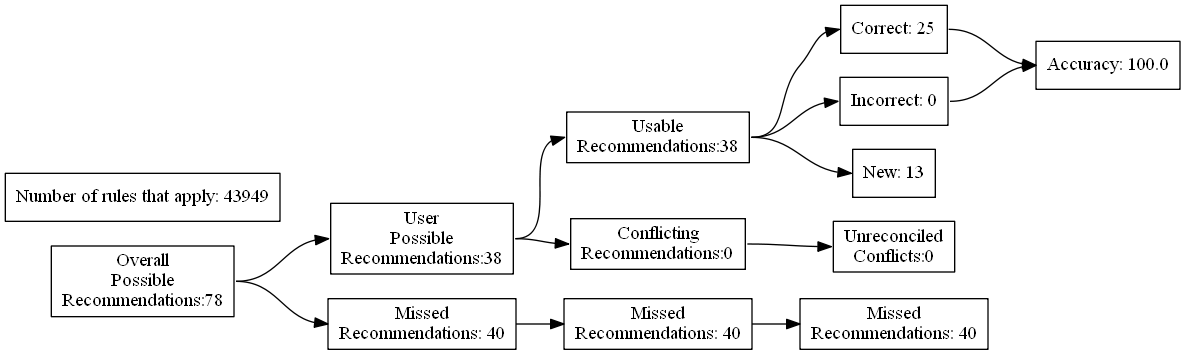
Above: test_renders/86.gv.png in ZaxR/ibd_diet_analysis (Graphviz), before the change. Its source is kept beside it as test_renders/86.gv.
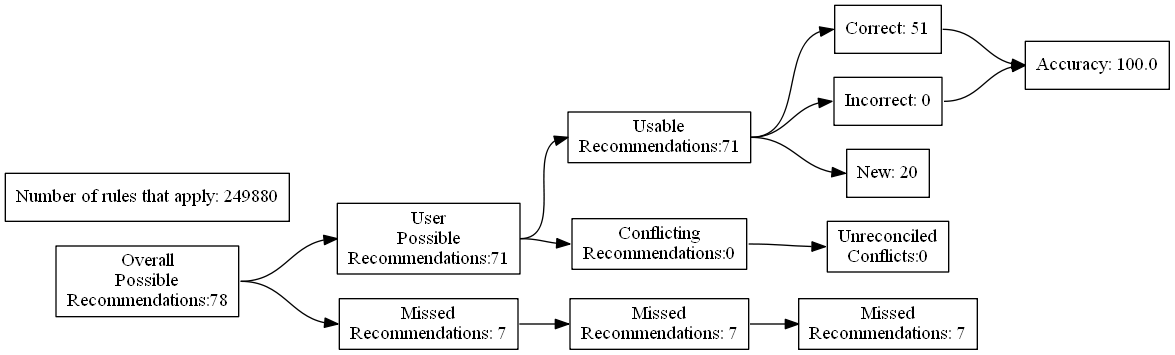
Above is the later version.

What changed in the source:
```diff
@@ -7,24 +7,24 @@
 Recommendations:78"]
 		B [label="User
 Possible
-Recommendations:38"]
+Recommendations:71"]
 		C [label="Missed
-Recommendations: 40"]
+Recommendations: 7"]
 		D [label="Usable
-Recommendations:38"]
+Recommendations:71"]
 		E [label="Conflicting
 Recommendations:0"]
 		J [label="Missed
-Recommendations: 40"]
+Recommendations: 7"]
 		M [label="Unreconciled
 Conflicts:0"]
-		F [label="Correct: 25"]
+		F [label="Correct: 51"]
 		G [label="Incorrect: 0"]
-		H [label="New: 13"]
+		H [label="New: 20"]
 		K [label="Missed
-Recommendations: 40"]
+Recommendations: 7"]
 		I [label="Accuracy: 100.0"]
-		l [label="Number of rules that apply: 43949"]
+		l [label="Number of rules that apply: 249880"]
 			A -> B
 			A -> C
 			B -> D
```
